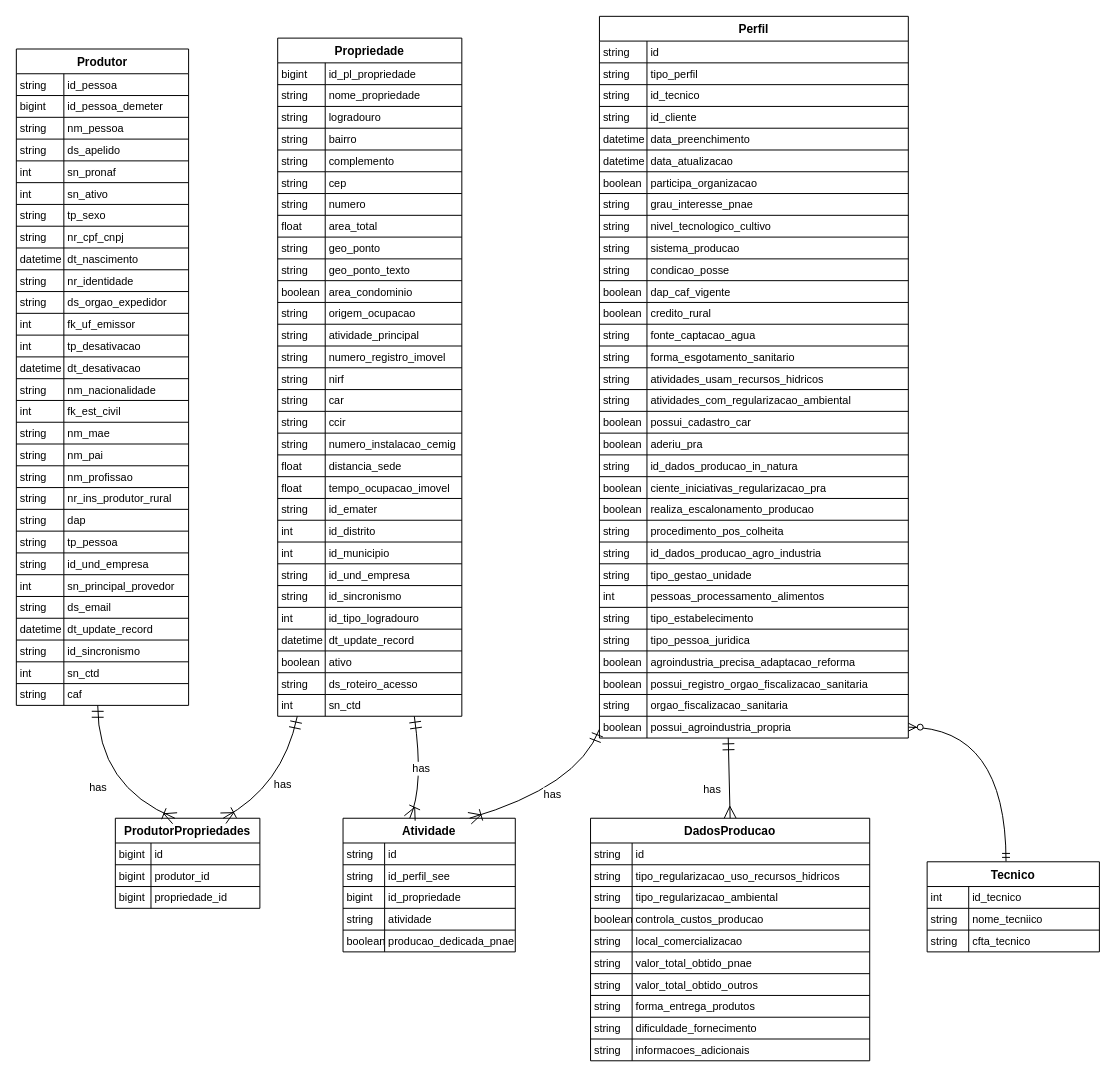
Before: pnae_class_diagram_v1.1.drawio in sverissimo/emater_graphql_server, a draw.io diagram. Source tidied: cells renumbered, new cells numbered last; positions are measured from the earlier drawing's top-left corner, leaving out a move shared by most shapes. Both pictures are drawn from the tidied source at 99%, with x=0, y=0 at pixel (16, 16).
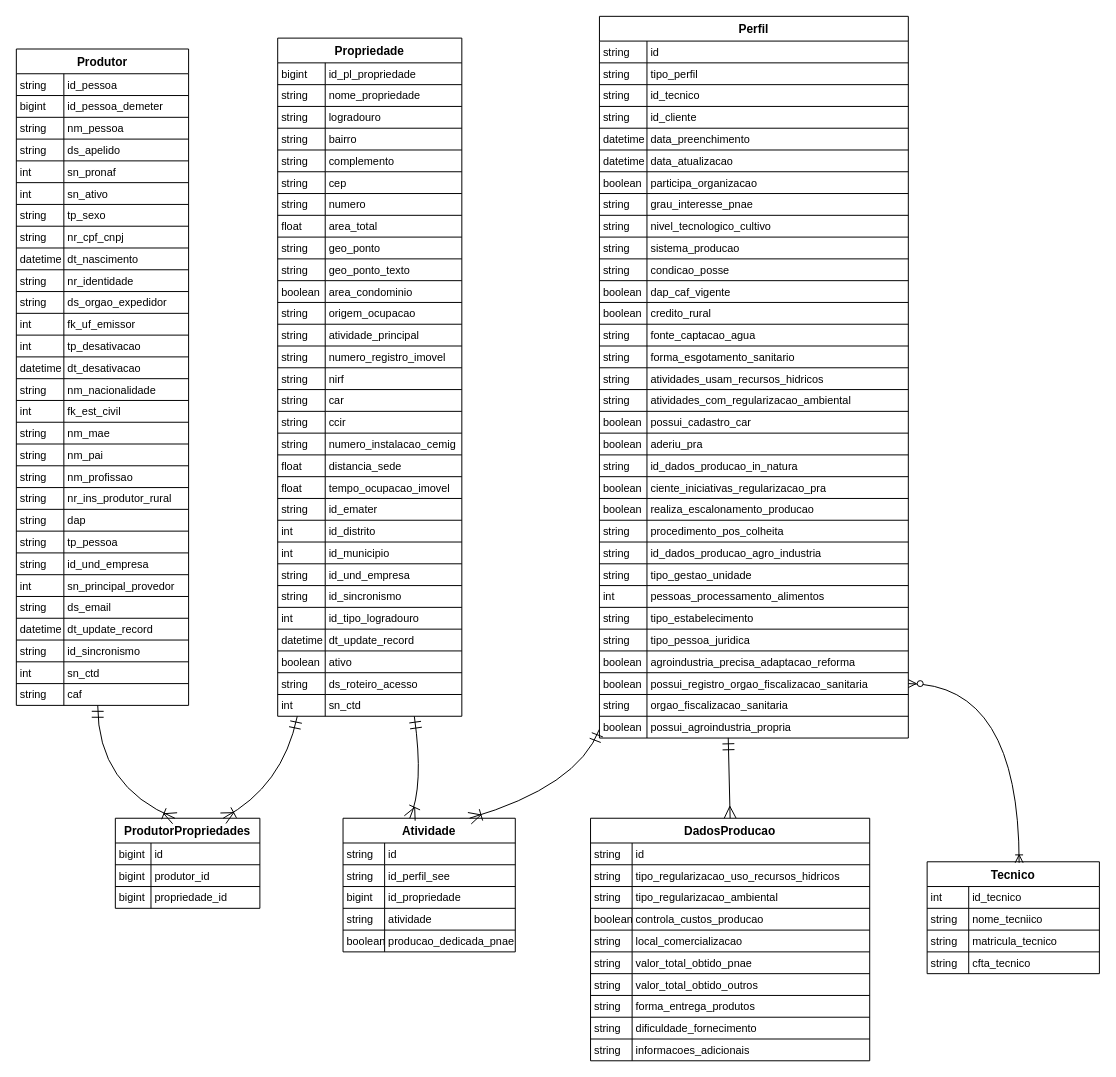
After the change.

The change refers to these unchanged cells:
```xml
<mxCell id="2" value="Produtor" style="shape=table;startSize=25;childLayout=tableLayout;rowLines=1;fontStyle=1;align=center;" parent="1" vertex="1">
  <mxGeometry y="33" width="174" height="663" as="geometry" />
</mxCell>
<mxCell id="90" value="ProdutorPropriedades" style="shape=table;startSize=25;childLayout=tableLayout;rowLines=1;fontStyle=1;align=center;" parent="1" vertex="1">
  <mxGeometry x="100" y="810" width="146" height="91" as="geometry" />
</mxCell>
<mxCell id="100" value="Propriedade" style="shape=table;startSize=25;childLayout=tableLayout;rowLines=1;fontStyle=1;align=center;" parent="1" vertex="1">
  <mxGeometry x="264" y="22" width="186" height="685" as="geometry" />
</mxCell>
<mxCell id="191" value="Perfil" style="shape=table;startSize=25;childLayout=tableLayout;rowLines=1;fontStyle=1;align=center;" parent="1" vertex="1">
  <mxGeometry x="589" width="312" height="729" as="geometry" />
</mxCell>
<mxCell id="279" style="shape=tableRow;horizontal=0;startSize=0;swimlaneHead=0;swimlaneBody=0;fillColor=none;points=[[0,0.5],[1,0.5]];portConstraint=eastwest;top=0;left=0;right=0;bottom=0;" parent="191" vertex="1">
  <mxGeometry y="663" width="312" height="22" as="geometry" />
</mxCell>
<mxCell id="285" style="shape=tableRow;horizontal=0;startSize=0;swimlaneHead=0;swimlaneBody=0;fillColor=none;points=[[0,0.5],[1,0.5]];portConstraint=eastwest;top=0;left=0;right=0;bottom=0;" parent="191" vertex="1">
  <mxGeometry y="707" width="312" height="22" as="geometry" />
</mxCell>
<mxCell id="288" value="Atividade" style="shape=table;startSize=25;childLayout=tableLayout;rowLines=1;fontStyle=1;align=center;" parent="1" vertex="1">
  <mxGeometry x="330" y="810" width="174" height="135" as="geometry" />
</mxCell>
<mxCell id="304" value="DadosProducao" style="shape=table;startSize=25;childLayout=tableLayout;rowLines=1;fontStyle=1;align=center;" parent="1" vertex="1">
  <mxGeometry x="580" y="810" width="282" height="245" as="geometry" />
</mxCell>
<mxCell id="347" style="shape=tableRow;horizontal=0;startSize=0;swimlaneHead=0;swimlaneBody=0;fillColor=none;top=0;left=0;right=0;bottom=0;" parent="340" vertex="1">
  <mxGeometry y="69" width="174" height="22" as="geometry" />
</mxCell>
```

The edit, as a diff of the source:
```diff
@@
-    <mxCell id="335" value="has" style="curved=1;startArrow=ERmandOne;startSize=10;endArrow=ERoneToMany;endSize=10;exitX=0.47253299581593483;exitY=1;entryX=0.4119133282406537;entryY=0;rounded=0;" parent="1" edge="1" source="2" target="90">
+    <mxCell id="335" style="curved=1;startArrow=ERmandOne;startSize=10;endArrow=ERoneToMany;endSize=10;exitX=0.47253299581593483;exitY=1;entryX=0.4119133282406537;entryY=0;rounded=0;" parent="1" edge="1" source="2" target="90">
       <mxGeometry relative="1" as="geometry">
         <Array as="points">
           <mxPoint x="82" y="778" />
         </Array>
       </mxGeometry>
     </mxCell>
-    <mxCell id="336" value="has" style="curved=1;startArrow=ERmandOne;startSize=10;endArrow=ERoneToMany;endSize=10;exitX=0.10637671125999637;exitY=1;entryX=0.7461494518412493;entryY=0;rounded=0;" parent="1" edge="1" source="100" target="90">
-      <mxGeometry relative="1" as="geometry">
+    <mxCell id="336" style="curved=1;startArrow=ERmandOne;startSize=10;endArrow=ERoneToMany;endSize=10;exitX=0.10637671125999637;exitY=1;entryX=0.7461494518412493;entryY=0;rounded=0;" parent="1" edge="1" source="100" target="90">
+      <mxGeometry x="-0.27" y="-34" relative="1" as="geometry">
         <Array as="points">
           <mxPoint x="269" y="778" />
         </Array>
       </mxGeometry>
     </mxCell>
-    <mxCell id="337" value="has" style="curved=1;startArrow=ERmandOne;startSize=10;endArrow=ERoneToMany;endSize=10;exitX=0.001520401392227564;exitY=0.9863466603831108;entryX=0.7345908566994708;entryY=0;rounded=0;" parent="1" edge="1" source="191" target="288">
+    <mxCell id="337" style="curved=1;startArrow=ERmandOne;startSize=10;endArrow=ERoneToMany;endSize=10;exitX=0.001520401392227564;exitY=0.9863466603831108;entryX=0.7345908566994708;entryY=0;rounded=0;" parent="1" edge="1" source="191" target="288">
       <mxGeometry relative="1" as="geometry">
         <Array as="points">
           <mxPoint x="567" y="778" />
         </Array>
       </mxGeometry>
     </mxCell>
-    <mxCell id="338" value="has" style="curved=1;startArrow=ERmandOne;startSize=10;endArrow=ERoneToMany;endSize=10;exitX=0.7420137359918754;exitY=1;entryX=0.3872488695362359;entryY=0;rounded=0;" parent="1" edge="1" source="100" target="288">
+    <mxCell id="338" style="curved=1;startArrow=ERmandOne;startSize=10;endArrow=ERoneToMany;endSize=10;exitX=0.7420137359918754;exitY=1;entryX=0.3872488695362359;entryY=0;rounded=0;" parent="1" edge="1" source="100" target="288">
       <mxGeometry relative="1" as="geometry">
         <Array as="points">
           <mxPoint x="412" y="778" />
         </Array>
       </mxGeometry>
     </mxCell>
-    <mxCell id="339" value="has" style="startArrow=ERmandOne;startSize=10;endArrow=ERmany;endSize=10;exitX=0.417;exitY=0.992;entryX=0.5;entryY=0;rounded=0;exitDx=0;exitDy=0;exitPerimeter=0;entryDx=0;entryDy=0;" parent="1" edge="1" source="285" target="304">
+    <mxCell id="339" style="startArrow=ERmandOne;startSize=10;endArrow=ERmany;endSize=10;exitX=0.417;exitY=0.992;entryX=0.5;entryY=0;rounded=0;exitDx=0;exitDy=0;exitPerimeter=0;entryDx=0;entryDy=0;" parent="1" edge="1" source="285" target="304">
       <mxGeometry x="0.26" y="-17" relative="1" as="geometry" />
     </mxCell>
     <mxCell id="340" value="Tecnico" style="shape=table;startSize=25;childLayout=tableLayout;rowLines=1;fontStyle=1;align=center;" parent="1" vertex="1">
-      <mxGeometry x="920" y="854" width="174" height="91" as="geometry" />
+      <mxGeometry x="920" y="854" width="174" height="113" as="geometry" />
     </mxCell>
@@
-    <mxCell id="349" value="cfta_tecnico" style="shape=partialRectangle;fillColor=none;top=0;left=0;bottom=0;right=0;align=left;spacingLeft=2;overflow=hidden;fontSize=11;" parent="347" vertex="1">
+    <mxCell id="349" value="matricula_tecnico" style="shape=partialRectangle;fillColor=none;top=0;left=0;bottom=0;right=0;align=left;spacingLeft=2;overflow=hidden;fontSize=11;" parent="347" vertex="1">
       <mxGeometry x="42" width="132" height="22" as="geometry" />
     </mxCell>
+    <mxCell id="351" style="shape=tableRow;horizontal=0;startSize=0;swimlaneHead=0;swimlaneBody=0;fillColor=none;top=0;left=0;right=0;bottom=0;" parent="340" vertex="1">
+      <mxGeometry y="91" width="174" height="22" as="geometry" />
+    </mxCell>
+    <mxCell id="352" value="string" style="shape=partialRectangle;fillColor=none;top=0;left=0;bottom=0;right=0;align=left;spacingLeft=2;overflow=hidden;fontSize=11;" parent="351" vertex="1">
+      <mxGeometry width="42" height="22" as="geometry" />
+    </mxCell>
+    <mxCell id="353" value="cfta_tecnico" style="shape=partialRectangle;fillColor=none;top=0;left=0;bottom=0;right=0;align=left;spacingLeft=2;overflow=hidden;fontSize=11;" parent="351" vertex="1">
+      <mxGeometry x="42" width="132" height="22" as="geometry" />
+    </mxCell>
-    <mxCell id="350" style="edgeStyle=orthogonalEdgeStyle;fontSize=12;html=1;endArrow=ERzeroToMany;startArrow=ERmandOne;rounded=0;curved=1;exitX=0.458;exitY=-0.005;exitDx=0;exitDy=0;exitPerimeter=0;entryX=1;entryY=0.5;entryDx=0;entryDy=0;" parent="1" edge="1" source="340" target="285">
+    <mxCell id="350" style="edgeStyle=orthogonalEdgeStyle;fontSize=12;html=1;endArrow=ERoneToMany;startArrow=ERzeroToMany;rounded=0;entryX=0.534;entryY=0.009;entryDx=0;entryDy=0;entryPerimeter=0;exitX=1;exitY=0.5;exitDx=0;exitDy=0;elbow=vertical;curved=1;" parent="1" edge="1" source="279" target="340">
       <mxGeometry relative="1" as="geometry" />
     </mxCell>
```
